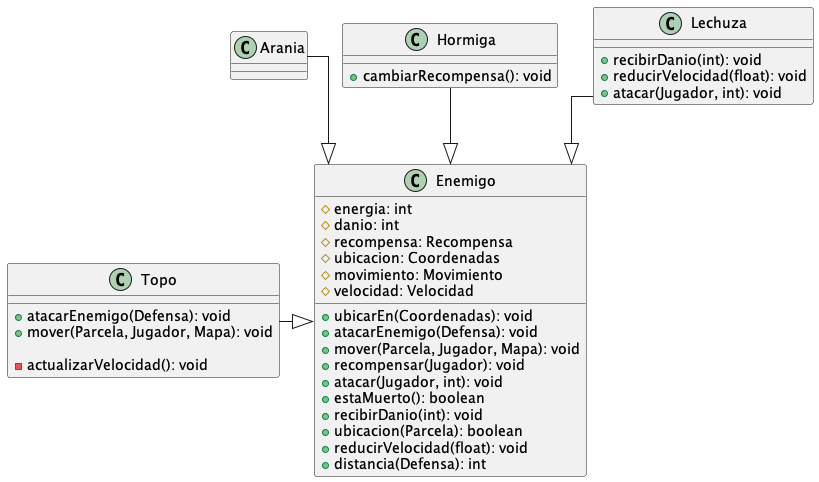
franzimbi/algo3_tp2 keeps this PlantUML diagram as diagrams/classes/enemigo.png. Above is the earlier version.
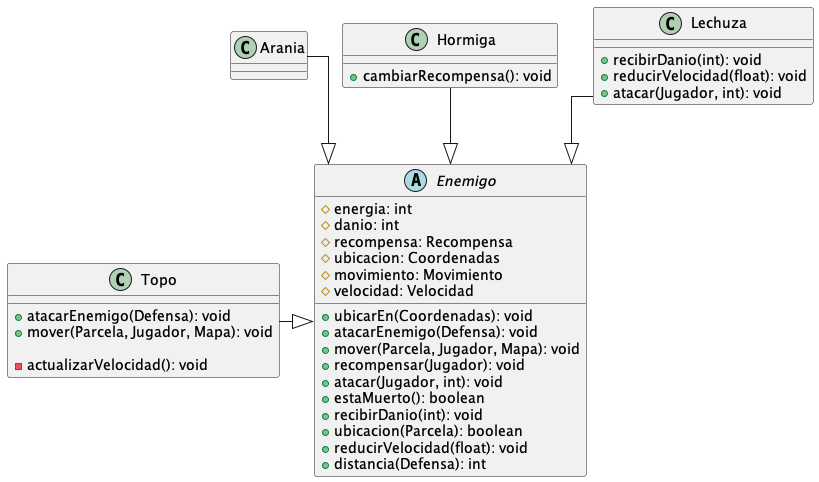
The same diagram one commit later.

Diff of the diagram source:
```diff
@@ -4,7 +4,7 @@
 
 class Arania {
 }
-class Enemigo {
+abstract Enemigo {
   # energia: int
   # danio: int
   # recompensa: Recompensa
```
